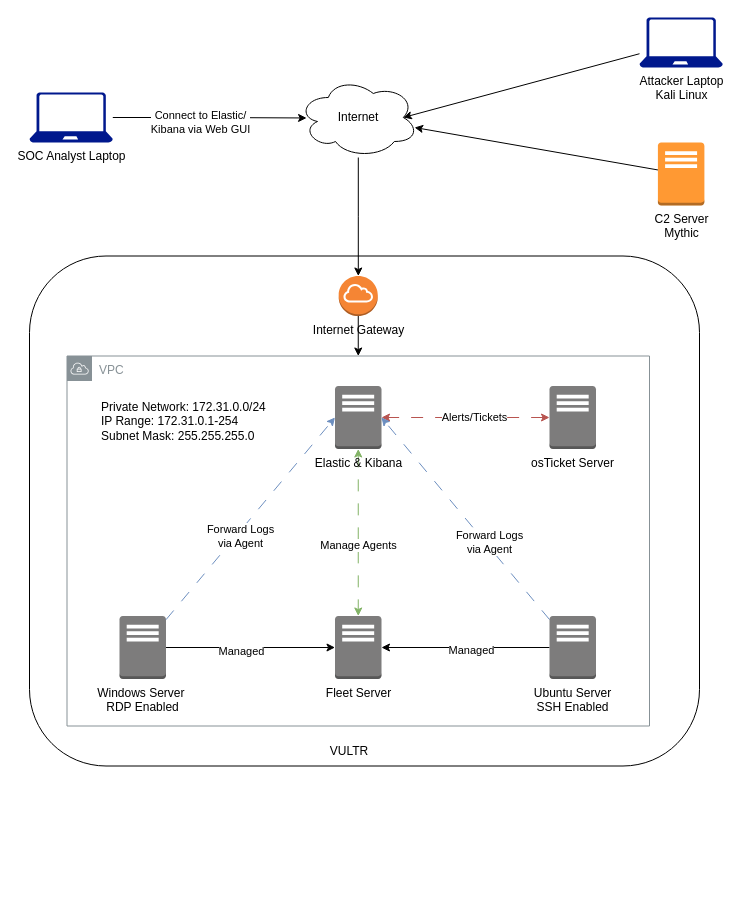
The draw.io diagram Day-01/30Day-MyDFIR-Diagram.drawio in wallimans/MyDFIR, before the edit. Source tidied: cells renumbered, new cells numbered last; positions are measured from the earlier drawing's top-left corner, leaving out a move shared by most shapes. Both pictures are drawn from the tidied source at 100%, with x=0, y=0 at pixel (29, 17).
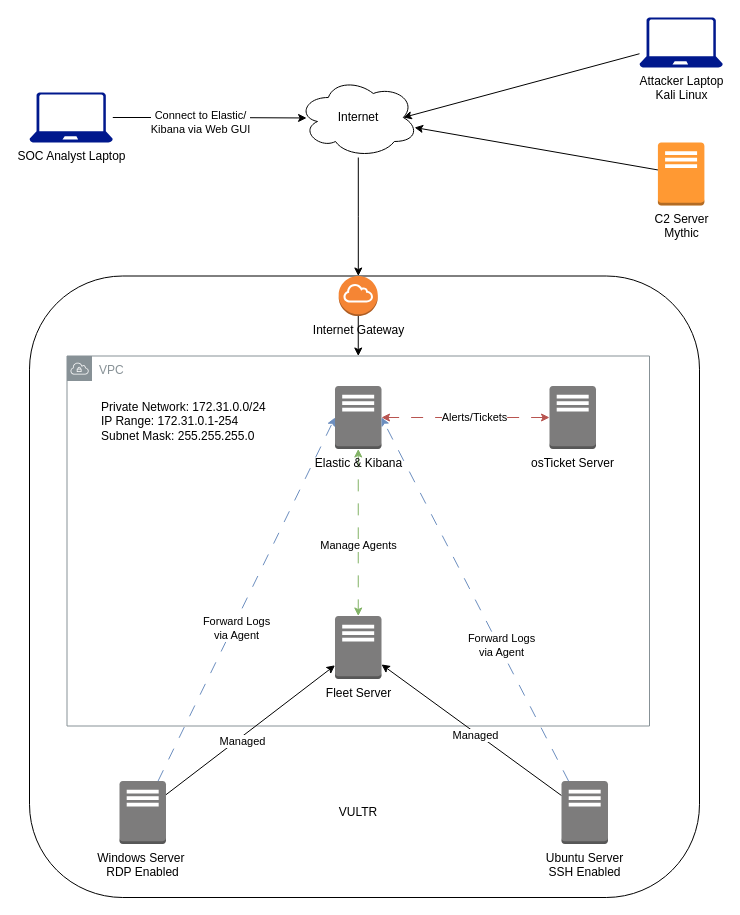
Above is the later version.

Unchanged cells that the change refers to:
```xml
<mxCell id="7" value="Fleet Server" style="outlineConnect=0;dashed=0;verticalLabelPosition=bottom;verticalAlign=top;align=center;html=1;shape=mxgraph.aws3.traditional_server;fillColor=#7D7C7C;gradientColor=none;" parent="1" vertex="1">
  <mxGeometry x="305.5" y="598.5" width="46.5" height="63" as="geometry" />
</mxCell>
```

What changed in the source:
```diff
@@
     <mxCell id="2" style="rounded=1;whiteSpace=wrap;html=1;" parent="1" vertex="1">
-      <mxGeometry y="238.5" width="670" height="510" as="geometry" />
+      <mxGeometry y="258.5" width="670" height="621.5" as="geometry" />
     </mxCell>
@@
-    <mxCell id="4" style="edgeStyle=orthogonalEdgeStyle;rounded=0;jettySize=auto;html=1;" parent="1" edge="1" source="6" target="7">
+    <mxCell id="4" style="rounded=0;jettySize=auto;html=1;" parent="1" edge="1" source="6" target="7">
       <mxGeometry relative="1" as="geometry" />
     </mxCell>
@@
     <mxCell id="6" value="Ubuntu Server&lt;div&gt;SSH Enabled&lt;/div&gt;" style="outlineConnect=0;dashed=0;verticalLabelPosition=bottom;verticalAlign=top;align=center;html=1;shape=mxgraph.aws3.traditional_server;fillColor=#7D7C7C;gradientColor=none;" parent="1" vertex="1">
-      <mxGeometry x="520" y="598.5" width="46.5" height="63" as="geometry" />
+      <mxGeometry x="532" y="763.5" width="46.5" height="63" as="geometry" />
     </mxCell>
@@
-    <mxCell id="8" style="edgeStyle=orthogonalEdgeStyle;rounded=0;jettySize=auto;html=1;" parent="1" edge="1" source="10" target="7">
+    <mxCell id="8" style="rounded=0;jettySize=auto;html=1;" parent="1" edge="1" source="10" target="7">
       <mxGeometry relative="1" as="geometry" />
     </mxCell>
@@
     <mxCell id="10" value="Windows Server&amp;nbsp;&lt;div&gt;RDP Enabled&lt;/div&gt;" style="outlineConnect=0;dashed=0;verticalLabelPosition=bottom;verticalAlign=top;align=center;html=1;shape=mxgraph.aws3.traditional_server;fillColor=#7D7C7C;gradientColor=none;" parent="1" vertex="1">
-      <mxGeometry x="90" y="598.5" width="46.5" height="63" as="geometry" />
+      <mxGeometry x="90" y="763.5" width="46.5" height="63" as="geometry" />
     </mxCell>
@@
     <mxCell id="18" value="VULTR" style="text;html=1;align=center;verticalAlign=middle;whiteSpace=wrap;rounded=0;" parent="1" vertex="1">
-      <mxGeometry x="290" y="718.5" width="60" height="30" as="geometry" />
+      <mxGeometry x="298.8" y="780" width="60" height="30" as="geometry" />
     </mxCell>
```
